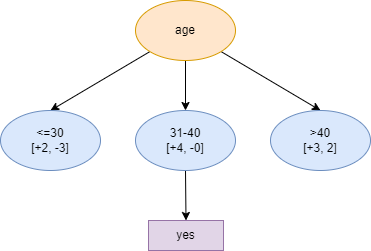
Before: materials/Decision Tree/figures/act3_it1.drawio.png, a diagram exported from draw.io (JhunBrian/DS-312). Source tidied: cells renumbered, new cells last; positions are measured from the earlier drawing's top-left corner, leaving out a move shared by most shapes.
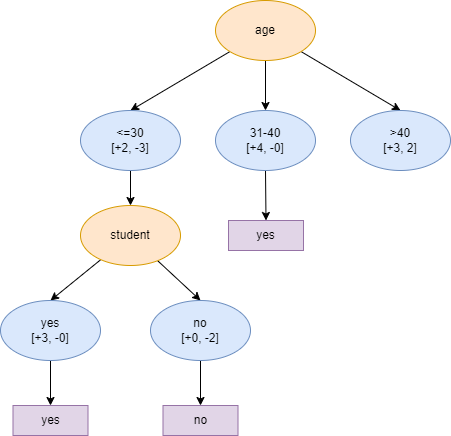
Later version of the same file.

The edit, as a diff of the source:
```diff
@@ -14,6 +14,9 @@
     <mxCell id="5" value="age" style="ellipse;whiteSpace=wrap;html=1;fillColor=#ffe6cc;strokeColor=#d79b00;" parent="1" vertex="1">
       <mxGeometry x="135" width="100" height="60" as="geometry" />
     </mxCell>
+    <mxCell id="11" style="edgeStyle=none;rounded=0;jettySize=auto;html=1;entryX=0.5;entryY=0;entryDx=0;entryDy=0;" parent="1" edge="1" source="6" target="14">
+      <mxGeometry relative="1" as="geometry" />
+    </mxCell>
     <mxCell id="6" value="&amp;lt;=30&lt;br&gt;[+2, -3]" style="ellipse;whiteSpace=wrap;html=1;fillColor=#dae8fc;strokeColor=#6c8ebf;" parent="1" vertex="1">
       <mxGeometry y="110" width="100" height="60" as="geometry" />
     </mxCell>
@@ -29,5 +32,32 @@
     <mxCell id="10" value="yes" style="rounded=0;whiteSpace=wrap;html=1;fillColor=#e1d5e7;strokeColor=#9673a6;" parent="1" vertex="1">
       <mxGeometry x="148" y="220" width="75" height="30" as="geometry" />
     </mxCell>
+    <mxCell id="12" style="edgeStyle=none;rounded=0;jettySize=auto;html=1;entryX=0.5;entryY=0;entryDx=0;entryDy=0;" parent="1" edge="1" source="14" target="16">
+      <mxGeometry relative="1" as="geometry" />
+    </mxCell>
+    <mxCell id="13" style="edgeStyle=none;rounded=0;jettySize=auto;html=1;entryX=0.5;entryY=0;entryDx=0;entryDy=0;" parent="1" edge="1" source="14" target="18">
+      <mxGeometry relative="1" as="geometry" />
+    </mxCell>
+    <mxCell id="14" value="student" style="ellipse;whiteSpace=wrap;html=1;fillColor=#ffe6cc;strokeColor=#d79b00;" parent="1" vertex="1">
+      <mxGeometry y="205" width="100" height="60" as="geometry" />
+    </mxCell>
+    <mxCell id="15" style="edgeStyle=none;rounded=0;jettySize=auto;html=1;" parent="1" edge="1" source="16" target="19">
+      <mxGeometry relative="1" as="geometry" />
+    </mxCell>
+    <mxCell id="16" value="yes&lt;br&gt;[+3, -0]" style="ellipse;whiteSpace=wrap;html=1;fillColor=#dae8fc;strokeColor=#6c8ebf;" parent="1" vertex="1">
+      <mxGeometry x="-80" y="300" width="100" height="60" as="geometry" />
+    </mxCell>
+    <mxCell id="17" style="edgeStyle=none;rounded=0;jettySize=auto;html=1;" parent="1" edge="1" source="18" target="20">
+      <mxGeometry relative="1" as="geometry" />
+    </mxCell>
+    <mxCell id="18" value="no&lt;br&gt;[+0, -2]" style="ellipse;whiteSpace=wrap;html=1;fillColor=#dae8fc;strokeColor=#6c8ebf;" parent="1" vertex="1">
+      <mxGeometry x="70" y="300" width="100" height="60" as="geometry" />
+    </mxCell>
+    <mxCell id="19" value="yes" style="rounded=0;whiteSpace=wrap;html=1;fillColor=#e1d5e7;strokeColor=#9673a6;" parent="1" vertex="1">
+      <mxGeometry x="-67.5" y="405" width="75" height="30" as="geometry" />
+    </mxCell>
+    <mxCell id="20" value="no" style="rounded=0;whiteSpace=wrap;html=1;fillColor=#e1d5e7;strokeColor=#9673a6;" parent="1" vertex="1">
+      <mxGeometry x="82.5" y="405" width="75" height="30" as="geometry" />
+    </mxCell>
   </root>
 </mxGraphModel>
```
